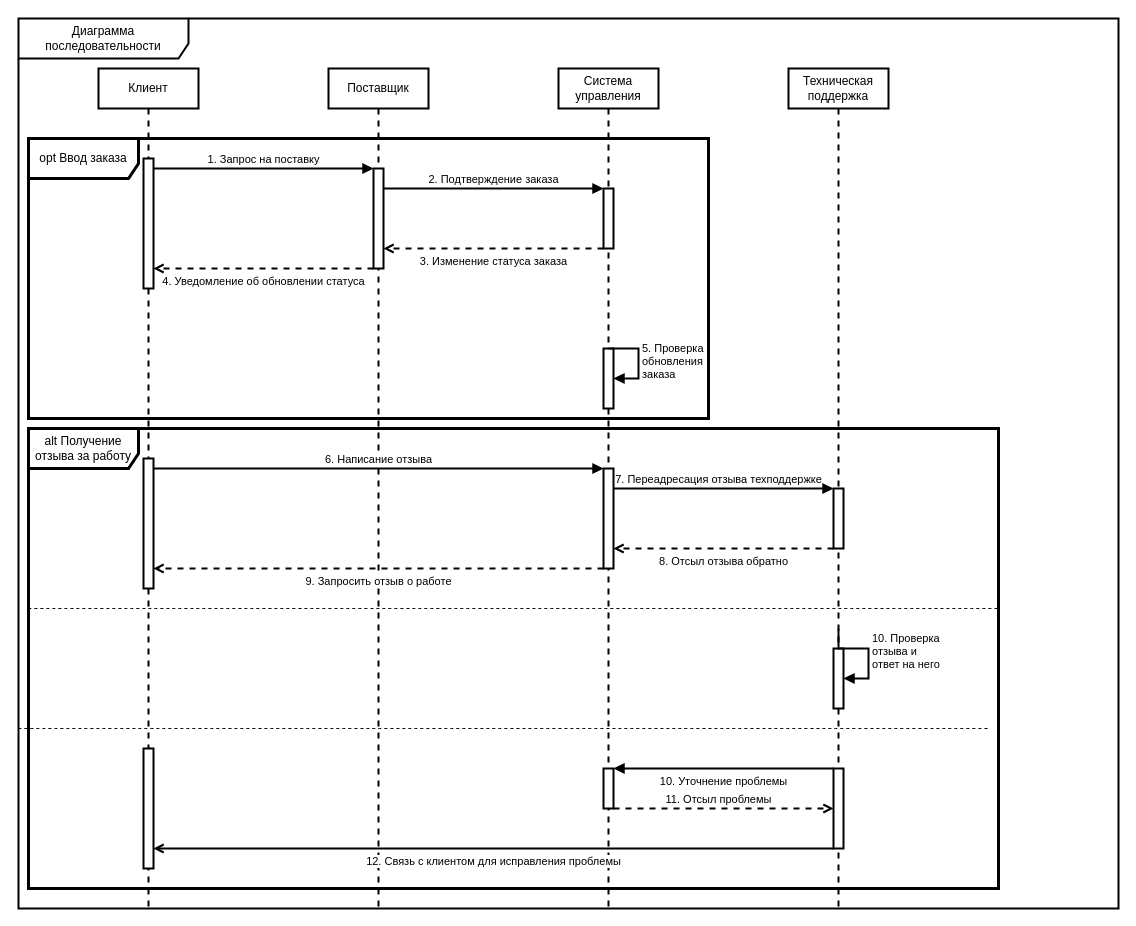
This is page "k" (5 of 8) of 1kkk.drawio from Helpmepleaseitishard/Aikms, a draw.io file, before an edit. Source tidied: cells renumbered, new cells numbered last; positions are measured from the earlier drawing's top-left corner, leaving out a move shared by most shapes. Both pictures are drawn from the tidied source at 100%, with x=0, y=0 at pixel (18, 18).
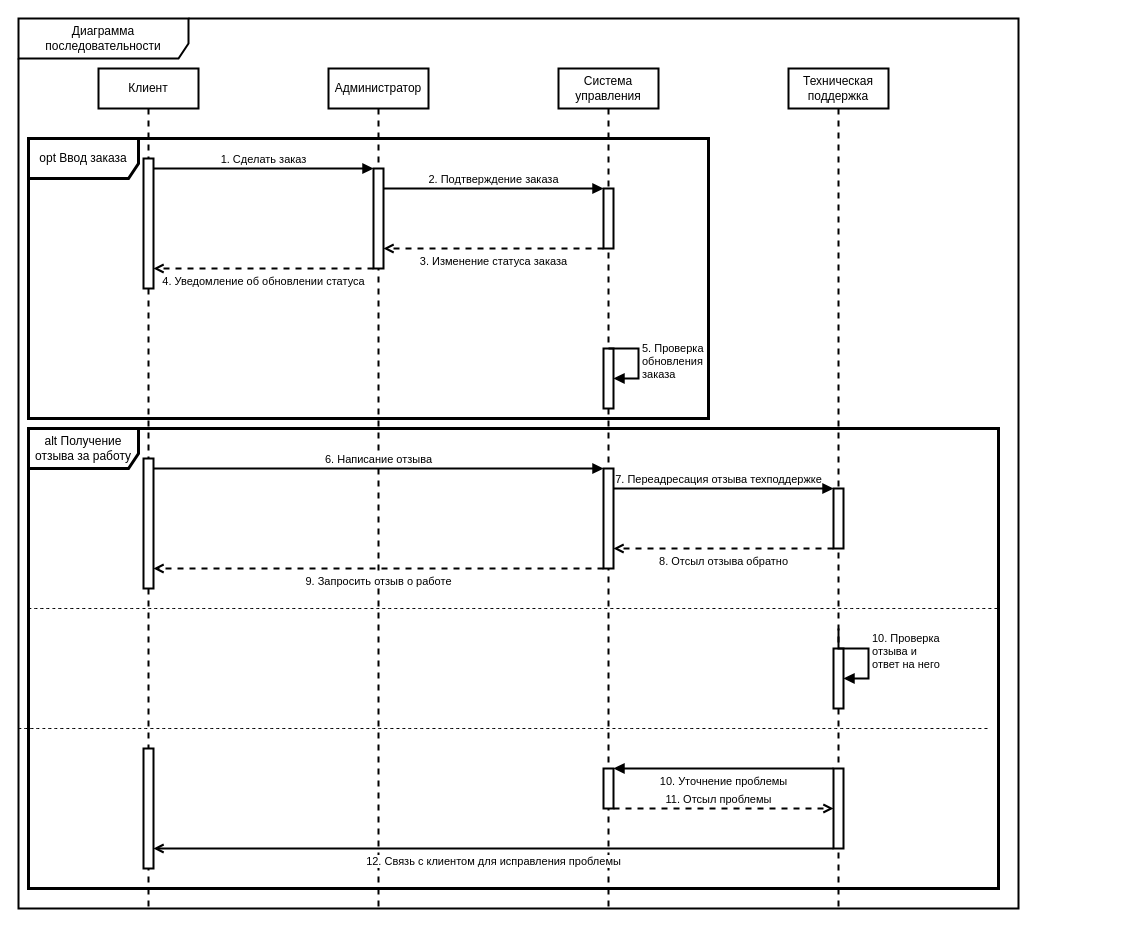
The same page after the edit.

Unchanged cells that the change refers to:
```xml
<mxCell id="4" style="html=1;points=[[0,0,0,0,5],[0,1,0,0,-5],[1,0,0,0,5],[1,1,0,0,-5]];perimeter=orthogonalPerimeter;outlineConnect=0;targetShapes=umlLifeline;portConstraint=eastwest;newEdgeStyle={&quot;curved&quot;:0,&quot;rounded&quot;:0};strokeWidth=2;" parent="3" vertex="1">
  <mxGeometry x="45" y="90" width="10" height="130" as="geometry" />
</mxCell>
<mxCell id="20" style="html=1;points=[[0,0,0,0,5],[0,1,0,0,-5],[1,0,0,0,5],[1,1,0,0,-5]];perimeter=orthogonalPerimeter;outlineConnect=0;targetShapes=umlLifeline;portConstraint=eastwest;newEdgeStyle={&quot;curved&quot;:0,&quot;rounded&quot;:0};strokeWidth=2;" parent="1" vertex="1">
  <mxGeometry x="355" y="150" width="10" height="100" as="geometry" />
</mxCell>
```

Change to the diagram source:
```diff
@@
     <mxCell id="2" value="Диаграмма последовательности" style="shape=umlFrame;whiteSpace=wrap;html=1;width=170;height=40;strokeWidth=2;" parent="1" vertex="1">
-      <mxGeometry width="1100" height="890" as="geometry" />
+      <mxGeometry width="1000" height="890" as="geometry" />
     </mxCell>
@@
-    <mxCell id="5" value="Поставщик" style="shape=umlLifeline;perimeter=lifelinePerimeter;whiteSpace=wrap;html=1;newEdgeStyle={&quot;curved&quot;:0,&quot;rounded&quot;:0};strokeWidth=2;" parent="1" vertex="1">
+    <mxCell id="5" value="Администратор" style="shape=umlLifeline;perimeter=lifelinePerimeter;whiteSpace=wrap;html=1;newEdgeStyle={&quot;curved&quot;:0,&quot;rounded&quot;:0};strokeWidth=2;" parent="1" vertex="1">
       <mxGeometry x="310" y="50" width="100" height="840" as="geometry" />
     </mxCell>
@@
-    <mxCell id="14" value="1. Запрос на поставку" style="html=1;verticalAlign=bottom;endArrow=block;curved=0;rounded=0;strokeWidth=2;" parent="1" edge="1" source="4" target="20">
+    <mxCell id="14" value="1. Сделать заказ" style="html=1;verticalAlign=bottom;endArrow=block;curved=0;rounded=0;strokeWidth=2;" parent="1" edge="1" source="4" target="20">
       <mxGeometry relative="1" as="geometry">
         <Array as="points">
           <mxPoint x="260" y="150" />
         </Array>
       </mxGeometry>
     </mxCell>
```
